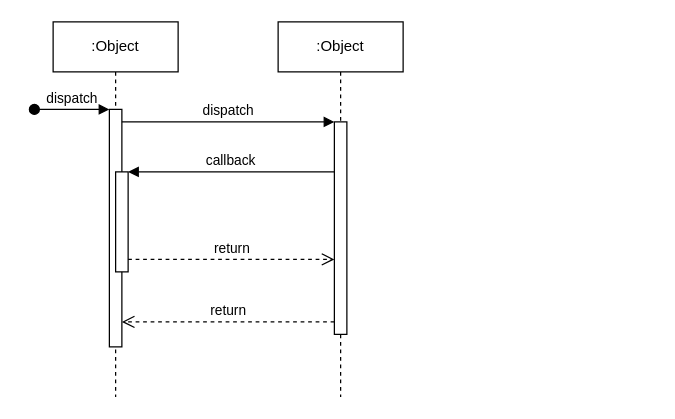
fengyinchao/drawio keeps this draw.io diagram as test.drawio. Above is the earlier version. Source tidied: cells renumbered, new cells numbered last; positions are measured from the earlier drawing's top-left corner, leaving out a move shared by most shapes. Both pictures are drawn from the tidied source at 125%, with x=0, y=0 at pixel (34, 21).
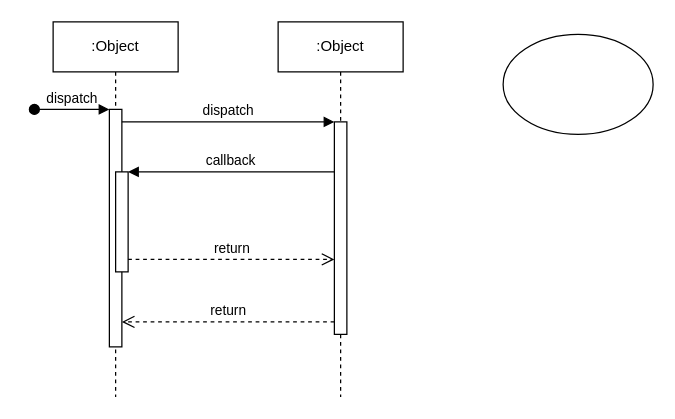
Above is the later version.

The edit, as a diff of the source:
```diff
@@
 <mxGraphModel>
   <root>
     <mxCell id="0" />
     <mxCell id="1" parent="0" />
     <mxCell id="2" value=":Object" style="shape=umlLifeline;perimeter=lifelinePerimeter;whiteSpace=wrap;html=1;newEdgeStyle={&quot;edgeStyle&quot;:&quot;elbowEdgeStyle&quot;,&quot;elbow&quot;:&quot;vertical&quot;,&quot;curved&quot;:0,&quot;rounded&quot;:0};" parent="1" vertex="1">
       <mxGeometry x="15" width="100" height="300" as="geometry" />
     </mxCell>
     <mxCell id="3" style="html=1;points=[];perimeter=orthogonalPerimeter;outlineConnect=0;targetShapes=umlLifeline;portConstraint=eastwest;newEdgeStyle={&quot;edgeStyle&quot;:&quot;elbowEdgeStyle&quot;,&quot;elbow&quot;:&quot;vertical&quot;,&quot;curved&quot;:0,&quot;rounded&quot;:0};" parent="2" vertex="1">
       <mxGeometry x="45" y="70" width="10" height="190" as="geometry" />
     </mxCell>
     <mxCell id="4" value="dispatch" style="html=1;verticalAlign=bottom;startArrow=oval;endArrow=block;startSize=8;edgeStyle=elbowEdgeStyle;elbow=vertical;curved=0;rounded=0;" parent="2" edge="1" target="3">
       <mxGeometry relative="1" as="geometry">
         <mxPoint x="-15" y="70" as="sourcePoint" />
       </mxGeometry>
     </mxCell>
     <mxCell id="5" style="html=1;points=[];perimeter=orthogonalPerimeter;outlineConnect=0;targetShapes=umlLifeline;portConstraint=eastwest;newEdgeStyle={&quot;edgeStyle&quot;:&quot;elbowEdgeStyle&quot;,&quot;elbow&quot;:&quot;vertical&quot;,&quot;curved&quot;:0,&quot;rounded&quot;:0};" parent="2" vertex="1">
       <mxGeometry x="50" y="120" width="10" height="80" as="geometry" />
     </mxCell>
     <mxCell id="6" value=":Object" style="shape=umlLifeline;perimeter=lifelinePerimeter;whiteSpace=wrap;html=1;newEdgeStyle={&quot;edgeStyle&quot;:&quot;elbowEdgeStyle&quot;,&quot;elbow&quot;:&quot;vertical&quot;,&quot;curved&quot;:0,&quot;rounded&quot;:0};" parent="1" vertex="1">
       <mxGeometry x="195" width="100" height="300" as="geometry" />
     </mxCell>
     <mxCell id="7" style="html=1;points=[];perimeter=orthogonalPerimeter;outlineConnect=0;targetShapes=umlLifeline;portConstraint=eastwest;newEdgeStyle={&quot;edgeStyle&quot;:&quot;elbowEdgeStyle&quot;,&quot;elbow&quot;:&quot;vertical&quot;,&quot;curved&quot;:0,&quot;rounded&quot;:0};" parent="6" vertex="1">
       <mxGeometry x="45" y="80" width="10" height="170" as="geometry" />
     </mxCell>
     <mxCell id="8" value="dispatch" style="html=1;verticalAlign=bottom;endArrow=block;edgeStyle=elbowEdgeStyle;elbow=vertical;curved=0;rounded=0;" parent="1" edge="1" source="3" target="7">
       <mxGeometry relative="1" as="geometry">
         <Array as="points">
           <mxPoint x="155" y="80" />
         </Array>
       </mxGeometry>
     </mxCell>
     <mxCell id="9" value="return" style="html=1;verticalAlign=bottom;endArrow=open;dashed=1;endSize=8;edgeStyle=elbowEdgeStyle;elbow=vertical;curved=0;rounded=0;" parent="1" edge="1" source="7" target="3">
       <mxGeometry relative="1" as="geometry">
         <Array as="points">
           <mxPoint x="165" y="240" />
         </Array>
       </mxGeometry>
     </mxCell>
     <mxCell id="10" value="callback" style="html=1;verticalAlign=bottom;endArrow=block;edgeStyle=elbowEdgeStyle;elbow=vertical;curved=0;rounded=0;" parent="1" edge="1" source="7" target="5">
       <mxGeometry relative="1" as="geometry">
         <Array as="points">
           <mxPoint x="165" y="120" />
         </Array>
       </mxGeometry>
     </mxCell>
     <mxCell id="11" value="return" style="html=1;verticalAlign=bottom;endArrow=open;dashed=1;endSize=8;edgeStyle=elbowEdgeStyle;elbow=vertical;curved=0;rounded=0;" parent="1" edge="1" source="5" target="7">
       <mxGeometry relative="1" as="geometry">
         <Array as="points">
           <mxPoint x="155" y="190" />
         </Array>
       </mxGeometry>
     </mxCell>
+    <mxCell id="12" style="ellipse;whiteSpace=wrap;html=1;" parent="1" vertex="1">
+      <mxGeometry x="375" y="10" width="120" height="80" as="geometry" />
+    </mxCell>
   </root>
 </mxGraphModel>
```
